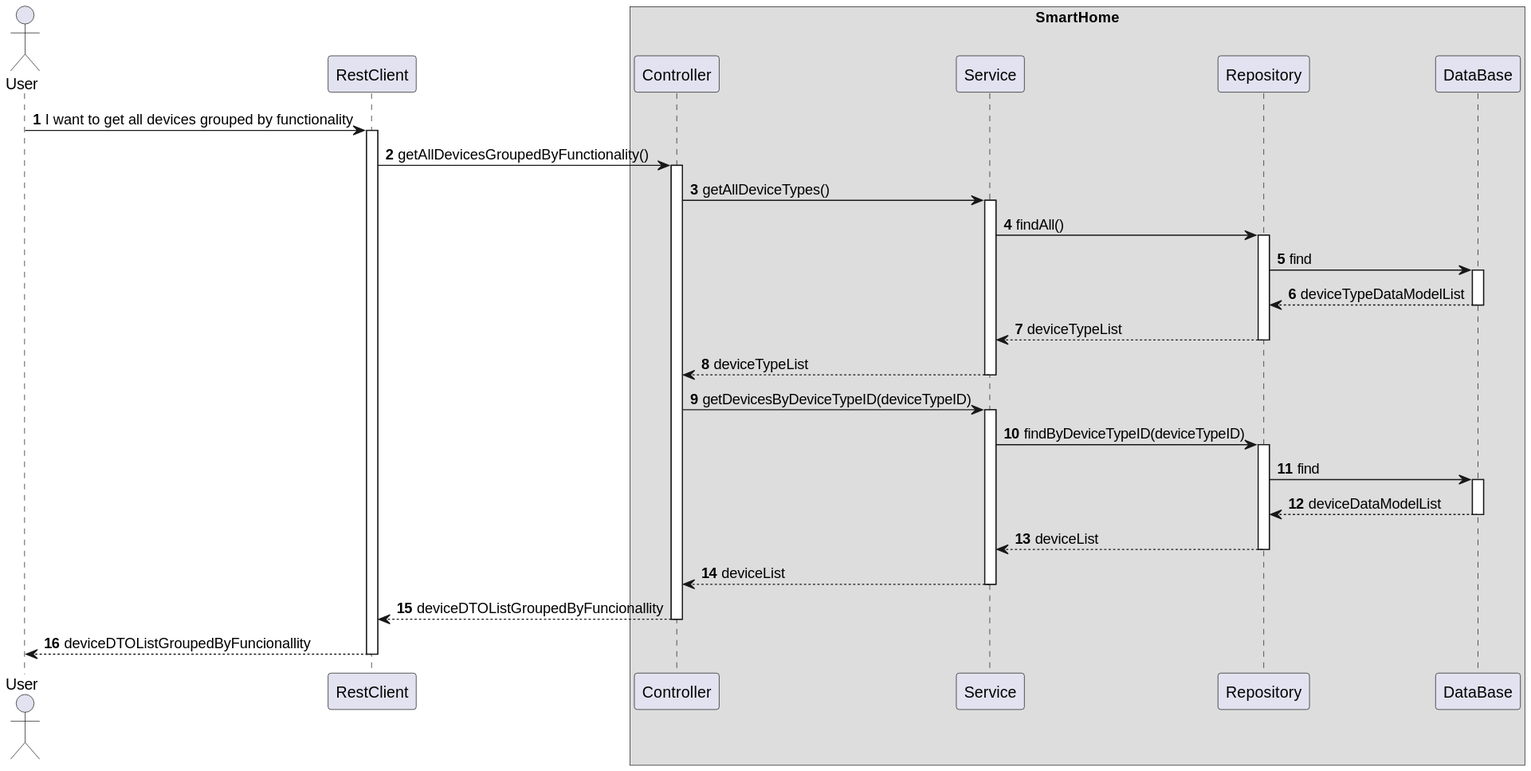
Earlier version of the PlantUML export docs/C4_4plus1_models/Level4/ProcessView/ProcessViewLevel4_UC09_v1.svg (moutajDev/smarthome).
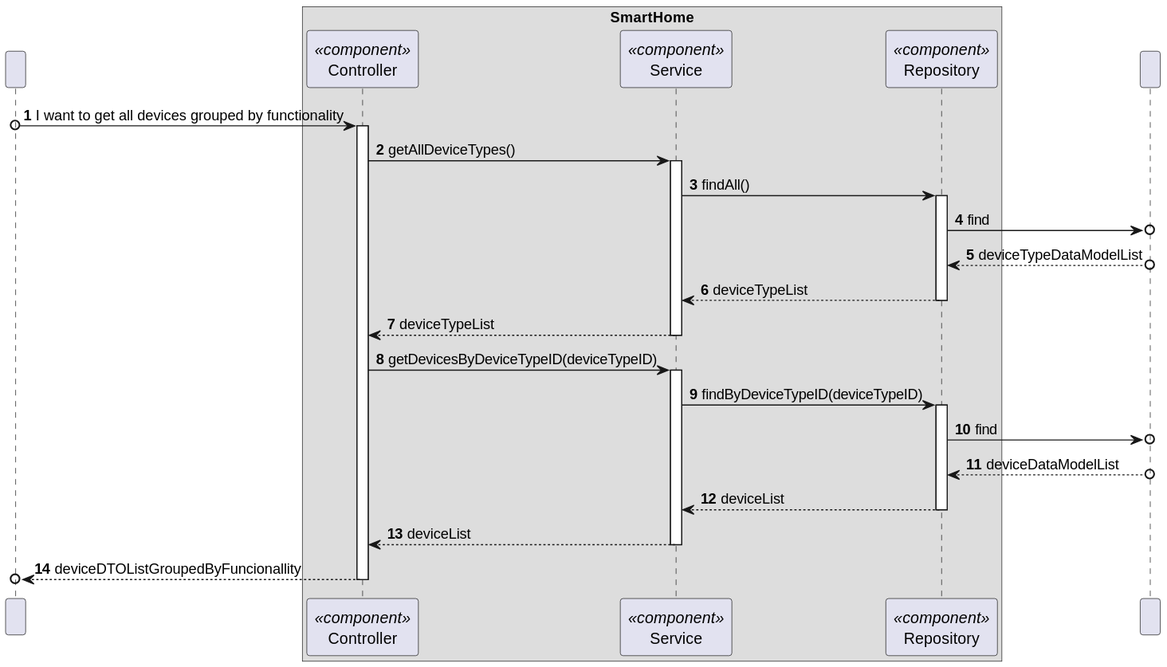
Above is the later version.

Diff of the diagram source:
```diff
@@ -3,22 +3,17 @@
 
 autonumber
 
-actor "User" as User
-participant "RestClient" as RC
+participant " " as User
 
 box "SmartHome"
-    participant "Controller" as CTRL
-    participant "Service" as SV
-    participant "Repository" as REPO
-    participant "DataBase" as BD
+    participant "Controller" as CTRL<<component>>
+    participant "Service" as SV<<component>>
+    participant "Repository" as REPO<<component>>
 end box
+participant " " as BD
 
 
-User -> RC : I want to get all devices grouped by functionality
-activate RC
-
-
-RC -> CTRL: getAllDevicesGroupedByFunctionality()
+User o-> CTRL : I want to get all devices grouped by functionality
 activate CTRL
 
 
@@ -28,14 +23,10 @@
 SV -> REPO : findAll()
 activate REPO
 
-REPO -> BD : find
-activate BD
-
-BD --> REPO : deviceTypeDataModelList
-deactivate BD
+REPO ->o BD : find
+BD o--> REPO : deviceTypeDataModelList
 
 REPO --> SV : deviceTypeList
-deactivate BD
 deactivate REPO
 
 SV --> CTRL : deviceTypeList
@@ -47,11 +38,8 @@
 SV -> REPO : findByDeviceTypeID(deviceTypeID)
 activate REPO
 
-REPO -> BD : find
-activate BD
-
-BD --> REPO : deviceDataModelList
-deactivate BD
+REPO ->o BD : find
+BD o--> REPO : deviceDataModelList
 
 REPO --> SV : deviceList
 deactivate REPO
@@ -59,9 +47,6 @@
 SV --> CTRL : deviceList
 deactivate SV
 
-CTRL --> RC : deviceDTOListGroupedByFuncionallity
+CTRL -->o User : deviceDTOListGroupedByFuncionallity
 deactivate CTRL
-
-RC --> User : deviceDTOListGroupedByFuncionallity
-deactivate RC
 @enduml
```
